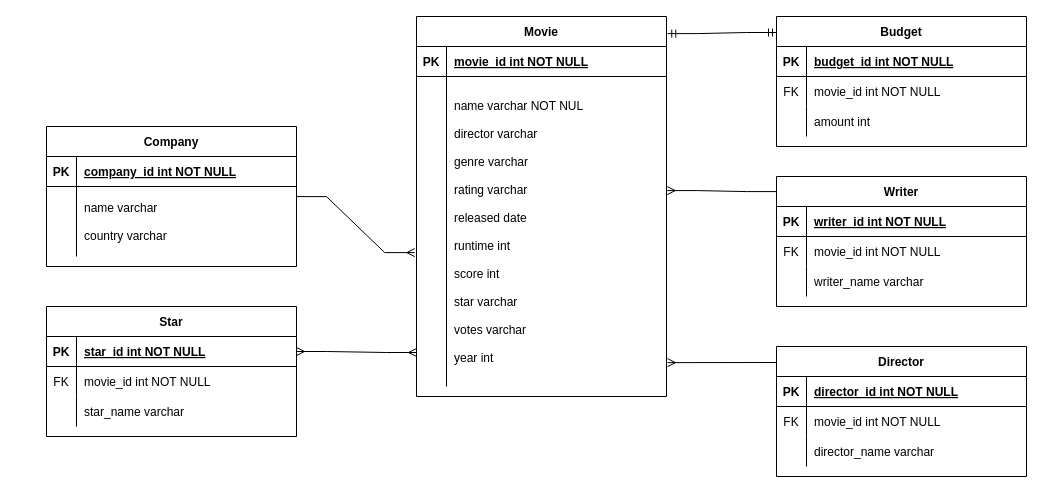
Earlier version of the draw.io diagram ERD.drawio.xml (pateldeep99/ERD). Source tidied: cells renumbered, new cells numbered last; positions are measured from the earlier drawing's top-left corner, leaving out a move shared by most shapes. Both pictures are drawn from the tidied source at 100%, with x=0, y=0 at pixel (46, 16).
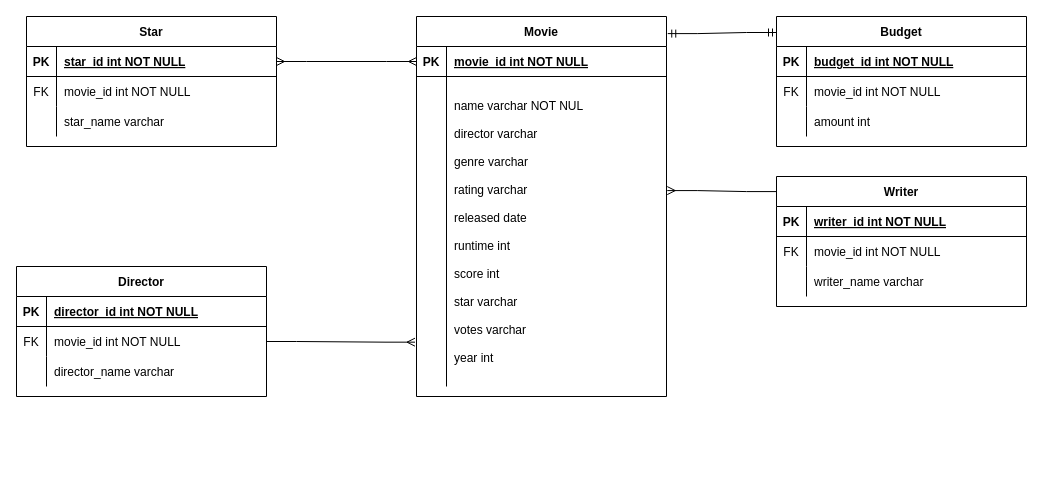
The same page after the edit.

The change refers to these unchanged cells:
```xml
<mxCell id="20" style="shape=partialRectangle;fillColor=none;points=[[0,0.5],[1,0.5]];portConstraint=eastwest;top=0;left=0;right=0;bottom=1;" parent="19" vertex="1">
  <mxGeometry y="30" width="250" height="30" as="geometry" />
</mxCell>
<mxCell id="23" style="shape=partialRectangle;fillColor=none;points=[[0,0.5],[1,0.5]];portConstraint=eastwest;top=0;left=0;right=0;bottom=0;" parent="19" vertex="1">
  <mxGeometry y="60" width="250" height="310" as="geometry" />
</mxCell>
<mxCell id="40" style="shape=partialRectangle;fillColor=none;points=[[0,0.5],[1,0.5]];portConstraint=eastwest;top=0;left=0;right=0;bottom=0;" parent="36" vertex="1">
  <mxGeometry y="60" width="250" height="30" as="geometry" />
</mxCell>
<mxCell id="47" style="shape=partialRectangle;fillColor=none;points=[[0,0.5],[1,0.5]];portConstraint=eastwest;top=0;left=0;right=0;bottom=1;" parent="46" vertex="1">
  <mxGeometry y="30" width="250" height="30" as="geometry" />
</mxCell>
```

What changed in the source:
```diff
@@
-    <mxCell id="2" value="Company" style="shape=table;startSize=30;childLayout=tableLayout;rowLines=0;fontStyle=1;align=center;" parent="1" vertex="1">
-      <mxGeometry y="110" width="250" height="140" as="geometry" />
-    </mxCell>
-    <mxCell id="3" style="shape=partialRectangle;fillColor=none;top=0;left=0;right=0;bottom=1;" parent="2" vertex="1">
-      <mxGeometry y="30" width="250" height="30" as="geometry" />
-    </mxCell>
-    <mxCell id="4" value="PK" style="shape=partialRectangle;overflow=hidden;fillColor=none;top=0;left=0;bottom=0;right=0;fontStyle=1;" parent="3" vertex="1">
-      <mxGeometry width="30" height="30" as="geometry" />
-    </mxCell>
-    <mxCell id="5" value="company_id int NOT NULL " style="shape=partialRectangle;overflow=hidden;fillColor=none;top=0;left=0;bottom=0;right=0;align=left;spacingLeft=6;fontStyle=5;" parent="3" vertex="1">
-      <mxGeometry x="30" width="220" height="30" as="geometry" />
-    </mxCell>
-    <mxCell id="6" style="shape=partialRectangle;fillColor=none;top=0;left=0;right=0;bottom=0;" parent="2" vertex="1">
-      <mxGeometry y="60" width="250" height="70" as="geometry" />
-    </mxCell>
-    <mxCell id="7" style="shape=partialRectangle;overflow=hidden;fillColor=none;top=0;left=0;bottom=0;right=0;" parent="6" vertex="1">
-      <mxGeometry width="30" height="70" as="geometry" />
-    </mxCell>
-    <mxCell id="8" value="name varchar&#10;&#10;country varchar" style="shape=partialRectangle;overflow=hidden;fillColor=none;top=0;left=0;bottom=0;right=0;align=left;spacingLeft=6;" parent="6" vertex="1">
-      <mxGeometry x="30" width="220" height="70" as="geometry" />
-    </mxCell>
@@
     <mxCell id="36" value="Director" style="shape=table;startSize=30;childLayout=tableLayout;rowLines=0;fontStyle=1;align=center;" parent="1" vertex="1">
-      <mxGeometry x="730" y="330" width="250" height="130" as="geometry" />
+      <mxGeometry x="-30" y="250" width="250" height="130" as="geometry" />
     </mxCell>
@@
     <mxCell id="46" value="Star" style="shape=table;startSize=30;childLayout=tableLayout;rowLines=0;fontStyle=1;align=center;" parent="1" vertex="1">
-      <mxGeometry y="290" width="250" height="130" as="geometry" />
+      <mxGeometry x="-20" width="250" height="130" as="geometry" />
     </mxCell>
@@
-    <mxCell id="57" style="edgeStyle=entityRelationEdgeStyle;fontSize=12;html=1;endArrow=ERmany;rounded=0;entryX=1.004;entryY=0.923;entryDx=0;entryDy=0;entryPerimeter=0;" parent="1" edge="1" target="23">
+    <mxCell id="57" style="edgeStyle=entityRelationEdgeStyle;fontSize=12;html=1;endArrow=ERmany;rounded=0;entryX=-0.006;entryY=0.857;entryDx=0;entryDy=0;entryPerimeter=0;exitX=1;exitY=0.5;exitDx=0;exitDy=0;" parent="1" edge="1" source="40" target="23">
       <mxGeometry relative="1" as="geometry">
-        <mxPoint x="700" y="346" as="sourcePoint" />
         <Array as="points">
+          <mxPoint x="250" y="346" />
+          <mxPoint x="300" y="320" />
           <mxPoint x="650" y="300" />
         </Array>
       </mxGeometry>
     </mxCell>
-    <mxCell id="58" style="edgeStyle=entityRelationEdgeStyle;fontSize=12;html=1;endArrow=ERmany;startArrow=ERmany;rounded=0;exitX=1;exitY=0.5;exitDx=0;exitDy=0;" parent="1" edge="1" source="47">
+    <mxCell id="58" style="edgeStyle=entityRelationEdgeStyle;fontSize=12;html=1;endArrow=ERmany;startArrow=ERmany;rounded=0;exitX=1;exitY=0.5;exitDx=0;exitDy=0;entryX=0;entryY=0.5;entryDx=0;entryDy=0;" parent="1" edge="1" source="47" target="20">
       <mxGeometry relative="1" as="geometry">
-        <mxPoint x="370" y="336" as="targetPoint" />
         <Array as="points">
           <mxPoint x="290" y="340" />
         </Array>
       </mxGeometry>
     </mxCell>
-    <mxCell id="59" style="edgeStyle=entityRelationEdgeStyle;fontSize=12;html=1;endArrow=ERmany;rounded=0;entryX=0.004;entryY=0.568;entryDx=0;entryDy=0;entryPerimeter=0;exitX=1.011;exitY=0.145;exitDx=0;exitDy=0;exitPerimeter=0;" parent="1" edge="1">
-      <mxGeometry relative="1" as="geometry">
-        <mxPoint x="250" y="180.1" as="sourcePoint" />
-        <mxPoint x="368.2" y="236.1" as="targetPoint" />
-      </mxGeometry>
-    </mxCell>
```
